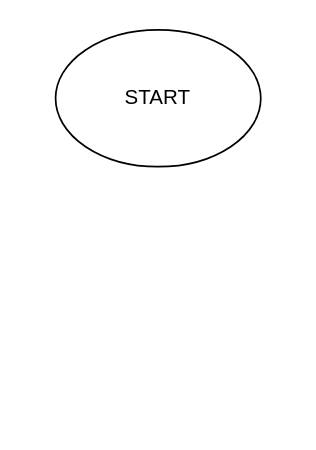
Before: Untitled Diagram.drawio in lysner/hello-world, a draw.io diagram. Source tidied: cells renumbered, new cells numbered last; positions are measured from the earlier drawing's top-left corner, leaving out a move shared by most shapes. Both pictures are drawn from the tidied source at 171%, with x=0, y=0 at pixel (55, 29).
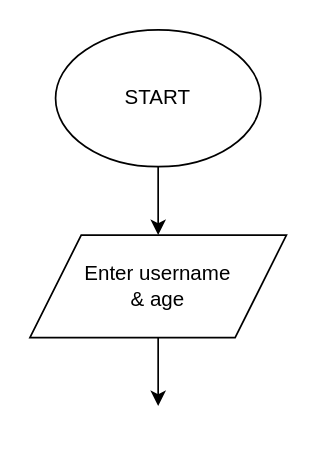
After the change.

What changed in the source:
```diff
@@
 <mxGraphModel>
   <root>
     <mxCell id="0" />
     <mxCell id="1" parent="0" />
     <mxCell id="2" value="START" style="ellipse;whiteSpace=wrap;html=1;" parent="1" vertex="1">
       <mxGeometry width="120" height="80" as="geometry" />
     </mxCell>
+    <mxCell id="3" style="endArrow=classic;html=1;exitX=0.5;exitY=1;exitDx=0;exitDy=0;" parent="1" edge="1" source="2">
+      <mxGeometry relative="1" as="geometry">
+        <mxPoint x="60" y="120" as="targetPoint" />
+      </mxGeometry>
+    </mxCell>
+    <mxCell id="4" value="Enter username &lt;br&gt;&amp;amp; age" style="shape=parallelogram;perimeter=parallelogramPerimeter;whiteSpace=wrap;html=1;" parent="1" vertex="1">
+      <mxGeometry x="-15" y="120" width="150" height="60" as="geometry" />
+    </mxCell>
+    <mxCell id="5" style="endArrow=classic;html=1;exitX=0.5;exitY=1;exitDx=0;exitDy=0;" parent="1" edge="1">
+      <mxGeometry relative="1" as="geometry">
+        <mxPoint x="60" y="180" as="sourcePoint" />
+        <mxPoint x="60" y="220" as="targetPoint" />
+      </mxGeometry>
+    </mxCell>
   </root>
 </mxGraphModel>
```
